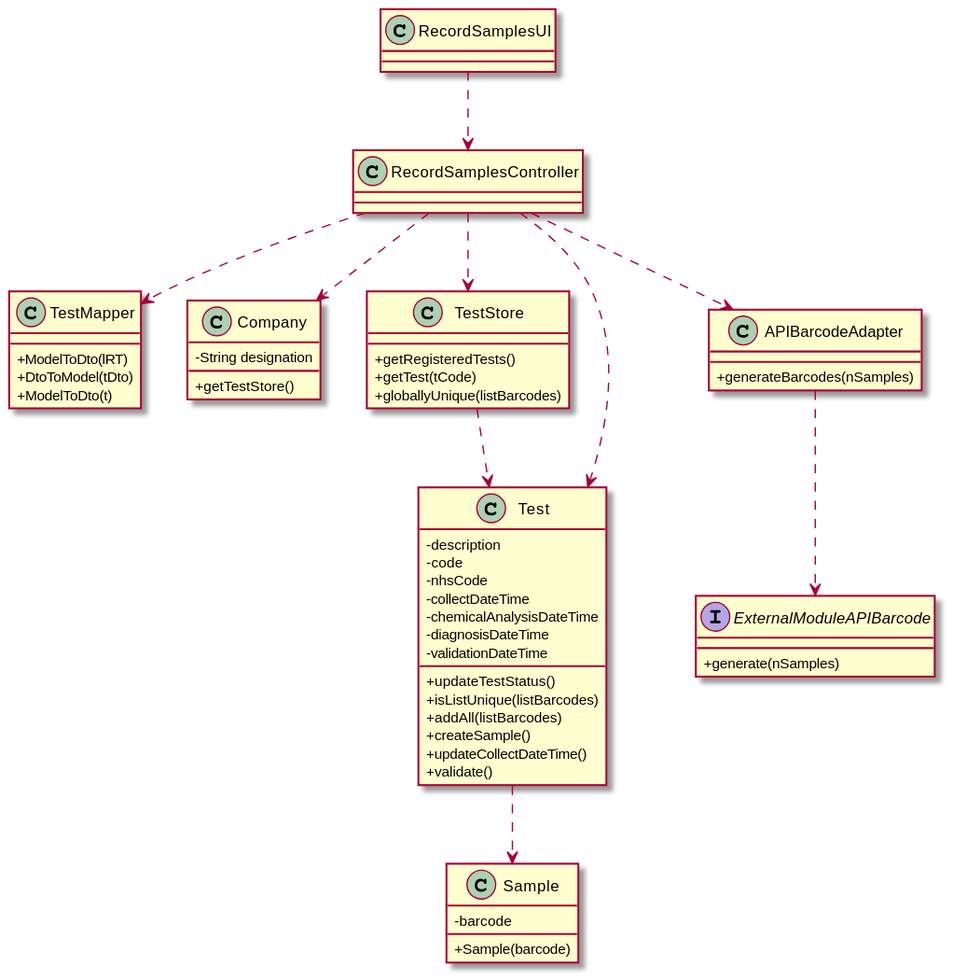
0franciscor/lei-21-s2-1de-g19 keeps this PlantUML diagram as docs/SprintC/US05/US05-CD.svg. Above is the earlier version.
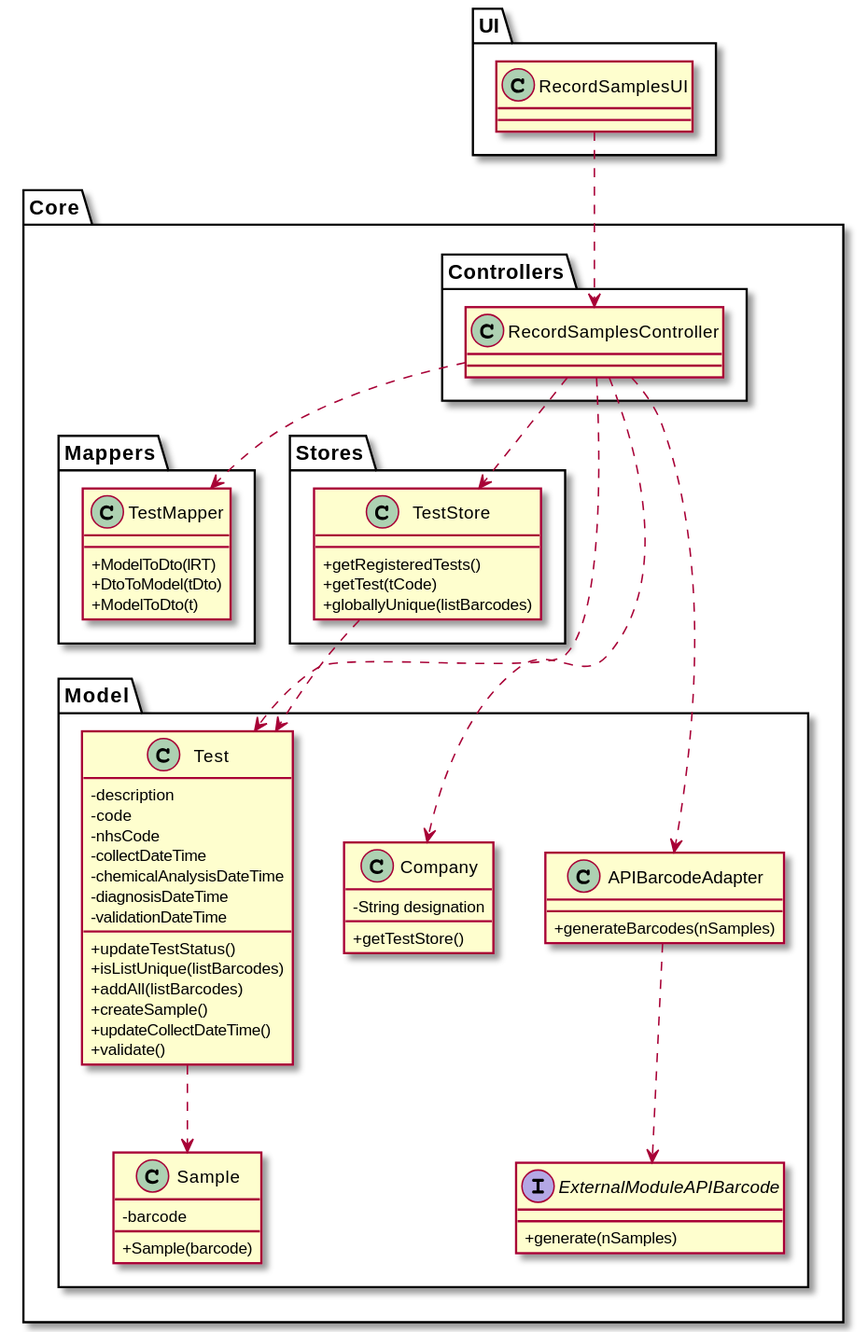
After the change.

The edit, as a diff of the source:
```diff
@@ -2,27 +2,38 @@
 
 skinparam classAttributeIconSize 0
 
+package "UI" {
 class RecordSamplesUI{
 }
+}
 
+package "Core" {
+package "Controllers"{
 class RecordSamplesController{
 }
+}
 
+package "Mappers"{
 class TestMapper{
   +ModelToDto(lRT)
   +DtoToModel(tDto)
   +ModelToDto(t)
 }
-
-class Company{
-  -String designation
-  +getTestStore()
 }
 
+
+package "Stores"{
 class TestStore{
   +getRegisteredTests()
   +getTest(tCode)
   +globallyUnique(listBarcodes)
+}
+}
+
+package "Model"{
+class Company{
+  -String designation
+  +getTestStore()
 }
 
 class Test{
@@ -53,7 +64,10 @@
   -barcode
   +Sample(barcode)
 }
+}
 
+
+}
 RecordSamplesUI ..> RecordSamplesController
 RecordSamplesController ..> TestMapper
 RecordSamplesController ..> Company
```
